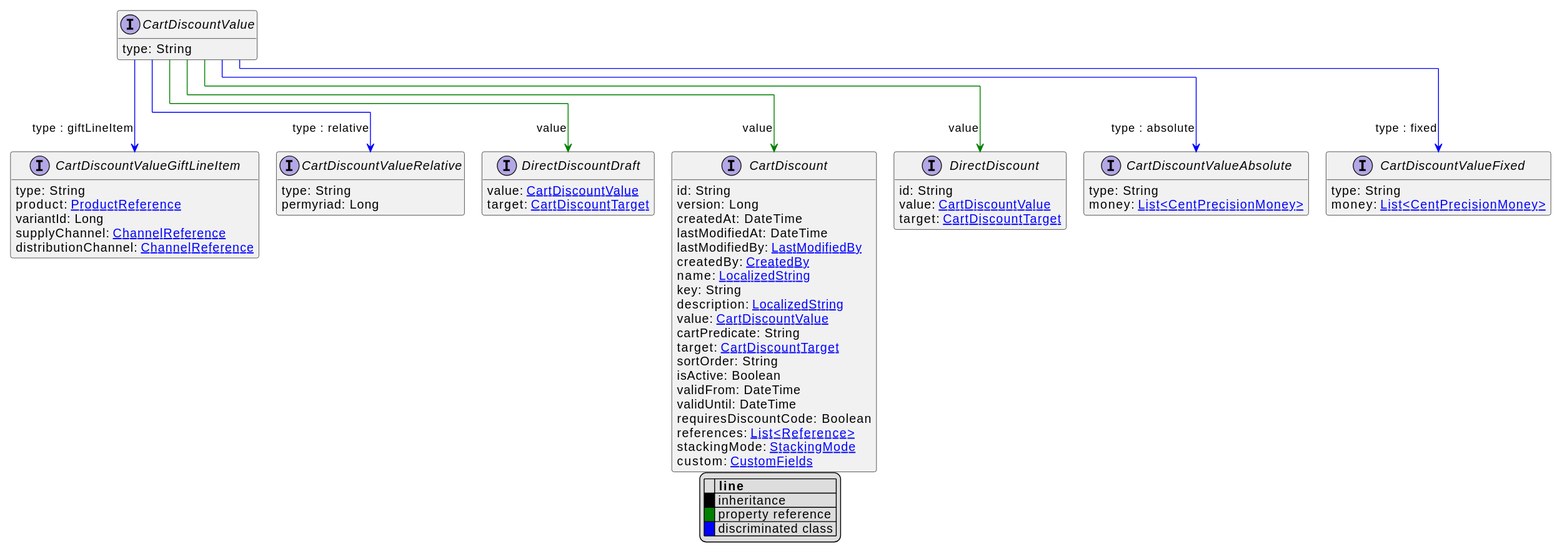
Earlier version of the PlantUML export uml/api/svg/CartDiscountValue.svg (commercetools/commercetools-api-reference).
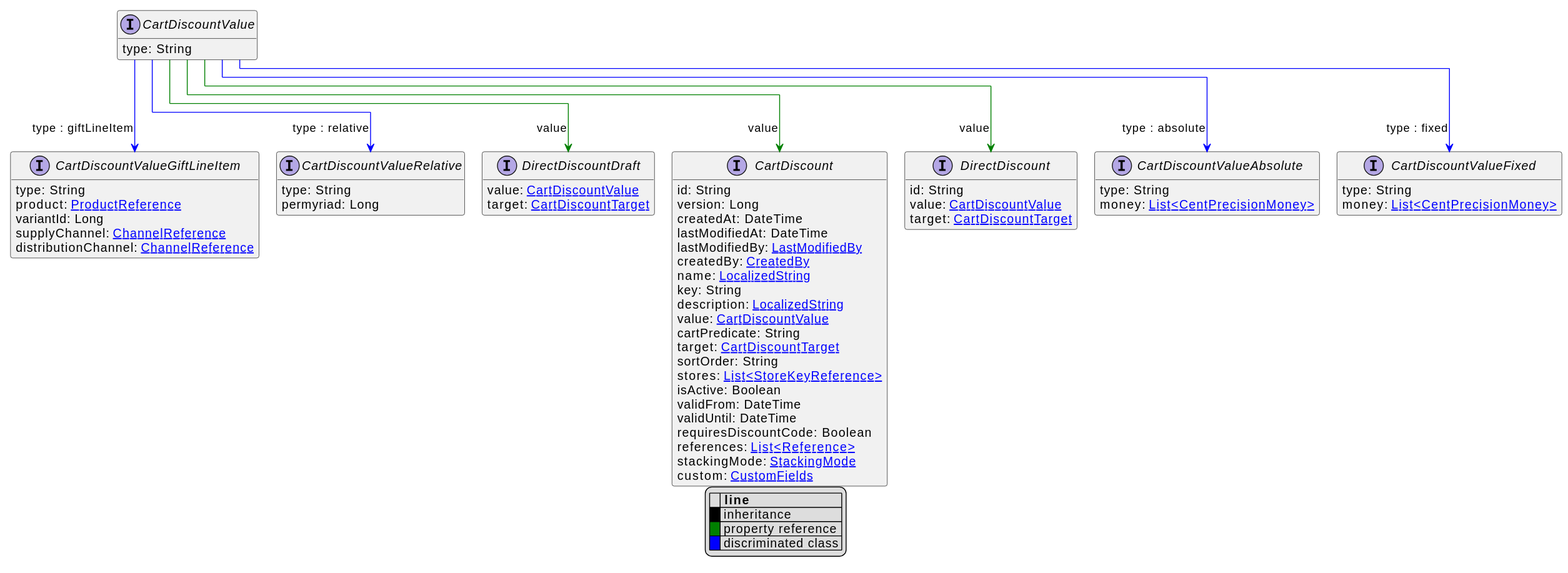
Later version of the same file.

Diff of the diagram source:
```diff
@@ -46,6 +46,7 @@
     cartPredicate: String
     target: [[CartDiscountTarget.svg CartDiscountTarget]]
     sortOrder: String
+    stores: [[StoreKeyReference.svg List<StoreKeyReference>]]
     isActive: Boolean
     validFrom: DateTime
     validUntil: DateTime
```
